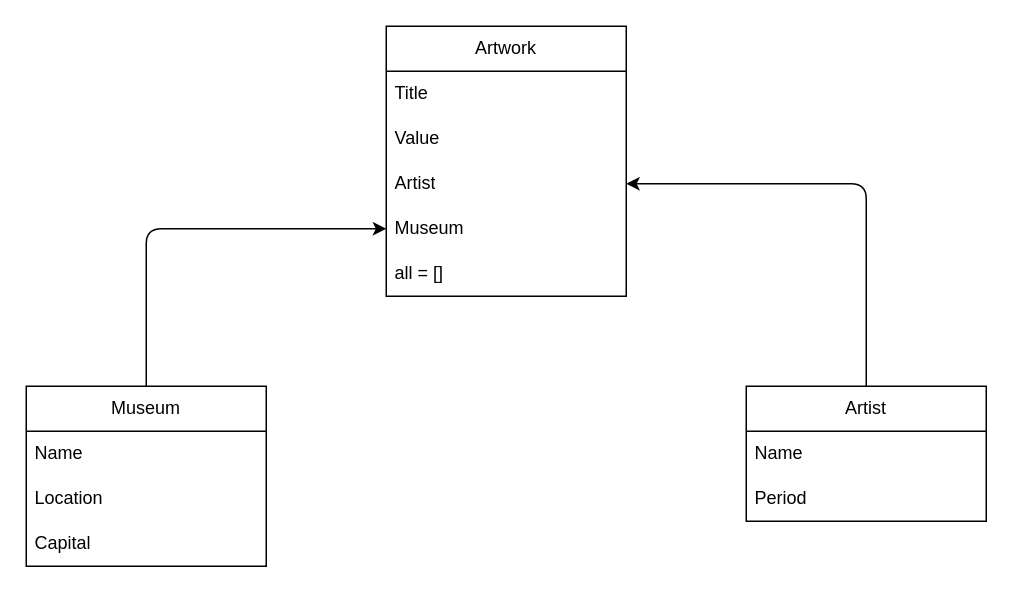
Above: Art-Museum-Manager_ERD.drawio in stforrester/Art-Museum-Manager (draw.io), before the change. Source tidied: cells renumbered, new cells numbered last; positions are measured from the earlier drawing's top-left corner, leaving out a move shared by most shapes. Both pictures are drawn from the tidied source at 150%, with x=0, y=0 at pixel (26, 26).
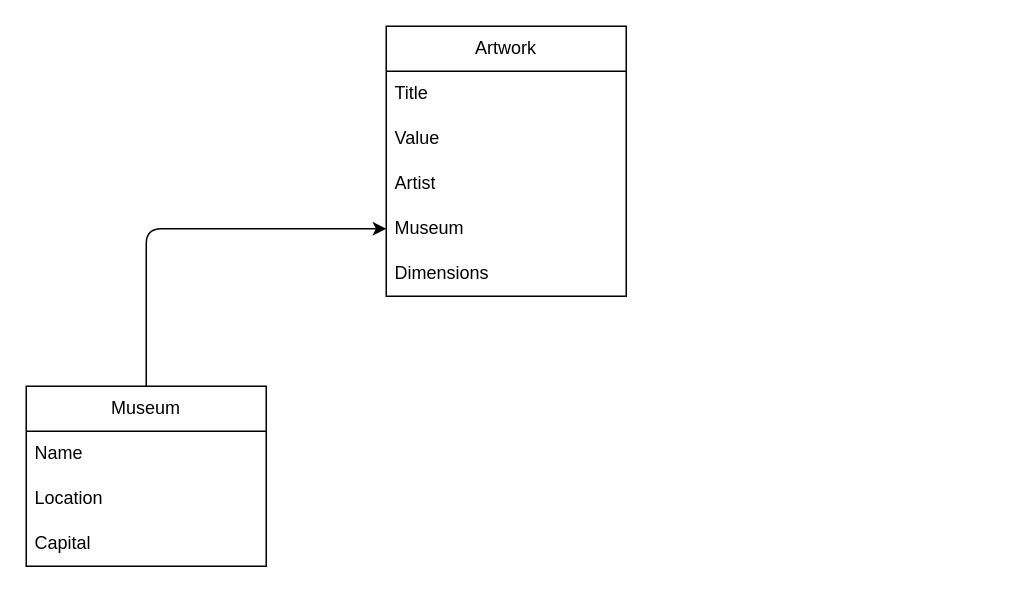
After the change.

Commit message:
updated ERD to reflect one-to-many relationship

Change to the diagram source:
```diff
@@
 <mxGraphModel>
   <root>
     <mxCell id="0" />
     <mxCell id="1" parent="0" />
     <mxCell id="2" value="Artwork" style="swimlane;fontStyle=0;horizontal=1;startSize=30;whiteSpace=wrap;html=1;" parent="1" vertex="1">
       <mxGeometry x="240" width="160" height="180" as="geometry" />
     </mxCell>
     <mxCell id="3" value="Title" style="text;strokeColor=none;fillColor=none;align=left;verticalAlign=middle;spacingLeft=4;spacingRight=4;overflow=hidden;whiteSpace=wrap;html=1;" parent="2" vertex="1">
       <mxGeometry y="30" width="160" height="30" as="geometry" />
     </mxCell>
     <mxCell id="4" value="Value" style="text;strokeColor=none;fillColor=none;align=left;verticalAlign=middle;spacingLeft=4;spacingRight=4;overflow=hidden;whiteSpace=wrap;html=1;" parent="2" vertex="1">
       <mxGeometry y="60" width="160" height="30" as="geometry" />
     </mxCell>
     <mxCell id="5" value="Artist" style="text;strokeColor=none;fillColor=none;align=left;verticalAlign=middle;spacingLeft=4;spacingRight=4;overflow=hidden;points=[[0,0.5],[1,0.5]];portConstraint=eastwest;whiteSpace=wrap;html=1;" parent="2" vertex="1">
       <mxGeometry y="90" width="160" height="30" as="geometry" />
     </mxCell>
     <mxCell id="6" value="Museum" style="text;strokeColor=none;fillColor=none;align=left;verticalAlign=middle;spacingLeft=4;spacingRight=4;overflow=hidden;points=[[0,0.5],[1,0.5]];portConstraint=eastwest;whiteSpace=wrap;html=1;" parent="2" vertex="1">
       <mxGeometry y="120" width="160" height="30" as="geometry" />
     </mxCell>
-    <mxCell id="7" value="all = []" style="text;strokeColor=none;fillColor=none;align=left;verticalAlign=middle;spacingLeft=4;spacingRight=4;overflow=hidden;whiteSpace=wrap;html=1;" parent="2" vertex="1">
-      <mxGeometry y="150" width="160" height="30" as="geometry" />
-    </mxCell>
-    <mxCell id="8" style="edgeStyle=orthogonalEdgeStyle;html=1;exitX=0.5;exitY=0;exitDx=0;exitDy=0;entryX=1;entryY=0.5;entryDx=0;entryDy=0;" parent="1" edge="1" source="9" target="5">
-      <mxGeometry relative="1" as="geometry" />
+    <mxCell id="8" value="Dimensions" style="text;strokeColor=none;fillColor=none;align=left;verticalAlign=middle;spacingLeft=4;spacingRight=4;overflow=hidden;whiteSpace=wrap;html=1;" parent="2" vertex="1">
+      <mxGeometry y="150" width="160" height="30" as="geometry" />
     </mxCell>
-    <mxCell id="9" value="Artist" style="swimlane;fontStyle=0;horizontal=1;startSize=30;whiteSpace=wrap;html=1;" parent="1" vertex="1">
-      <mxGeometry x="480" y="240" width="160" height="90" as="geometry" />
-    </mxCell>
-    <mxCell id="10" value="Name" style="text;strokeColor=none;fillColor=none;align=left;verticalAlign=middle;spacingLeft=4;spacingRight=4;overflow=hidden;whiteSpace=wrap;html=1;" parent="9" vertex="1">
-      <mxGeometry y="30" width="160" height="30" as="geometry" />
-    </mxCell>
-    <mxCell id="11" value="Period" style="text;strokeColor=none;fillColor=none;align=left;verticalAlign=middle;spacingLeft=4;spacingRight=4;overflow=hidden;whiteSpace=wrap;html=1;" parent="9" vertex="1">
-      <mxGeometry y="60" width="160" height="30" as="geometry" />
-    </mxCell>
     <mxCell id="12" style="edgeStyle=orthogonalEdgeStyle;html=1;exitX=0.5;exitY=0;exitDx=0;exitDy=0;entryX=0;entryY=0.5;entryDx=0;entryDy=0;" parent="1" edge="1" source="13" target="6">
       <mxGeometry relative="1" as="geometry" />
     </mxCell>
     <mxCell id="13" value="Museum" style="swimlane;fontStyle=0;horizontal=1;startSize=30;whiteSpace=wrap;html=1;" parent="1" vertex="1">
       <mxGeometry y="240" width="160" height="120" as="geometry" />
     </mxCell>
     <mxCell id="14" value="Name" style="text;strokeColor=none;fillColor=none;align=left;verticalAlign=middle;spacingLeft=4;spacingRight=4;overflow=hidden;whiteSpace=wrap;html=1;" parent="13" vertex="1">
       <mxGeometry y="30" width="160" height="30" as="geometry" />
     </mxCell>
     <mxCell id="15" value="Location" style="text;strokeColor=none;fillColor=none;align=left;verticalAlign=middle;spacingLeft=4;spacingRight=4;overflow=hidden;whiteSpace=wrap;html=1;" parent="13" vertex="1">
       <mxGeometry y="60" width="160" height="30" as="geometry" />
     </mxCell>
     <mxCell id="16" value="Capital" style="text;strokeColor=none;fillColor=none;align=left;verticalAlign=middle;spacingLeft=4;spacingRight=4;overflow=hidden;whiteSpace=wrap;html=1;" parent="13" vertex="1">
       <mxGeometry y="90" width="160" height="30" as="geometry" />
     </mxCell>
   </root>
 </mxGraphModel>
```
